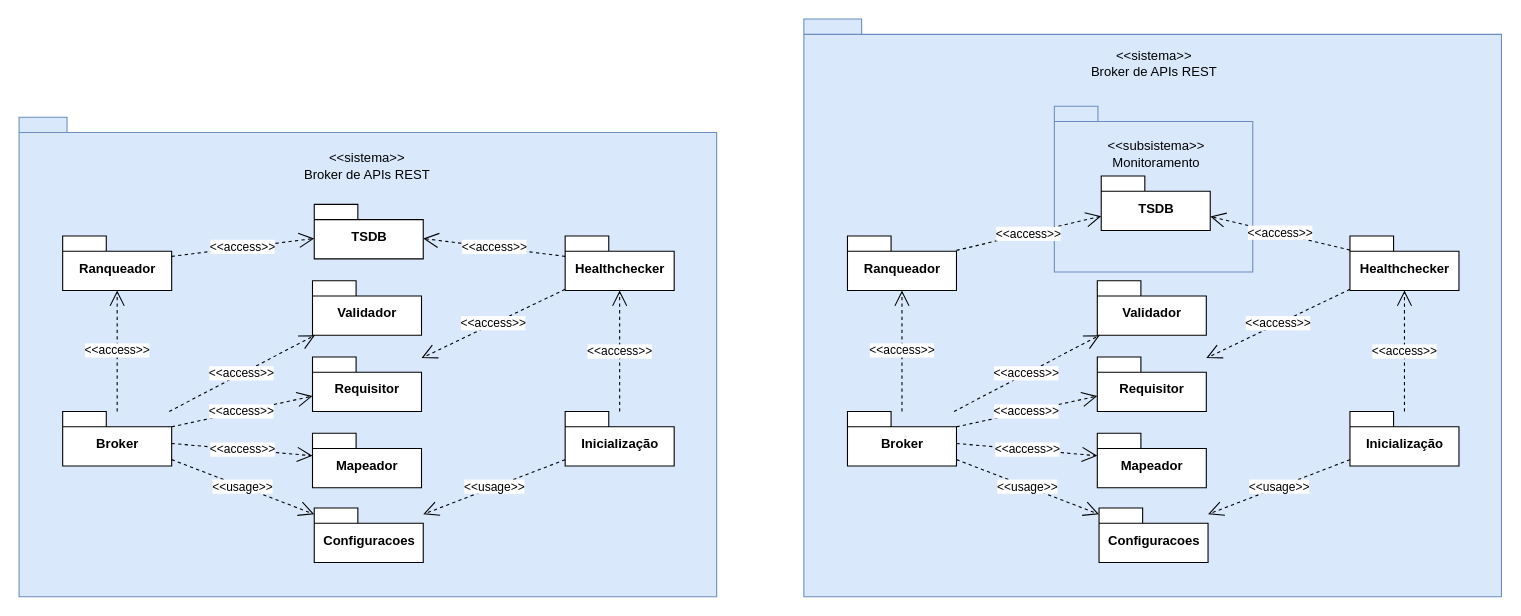
Before: page "Pacotes v4.0" (4 of 5) of Docs/tccii/diagramas/pacotes.drawio in pedrofgd/api-rest-broker, a draw.io diagram. Source tidied: cells renumbered, new cells numbered last; positions are measured from the earlier drawing's top-left corner, leaving out a move shared by most shapes. Both pictures are drawn from the tidied source at 109%, with x=0, y=0 at pixel (19, 19).
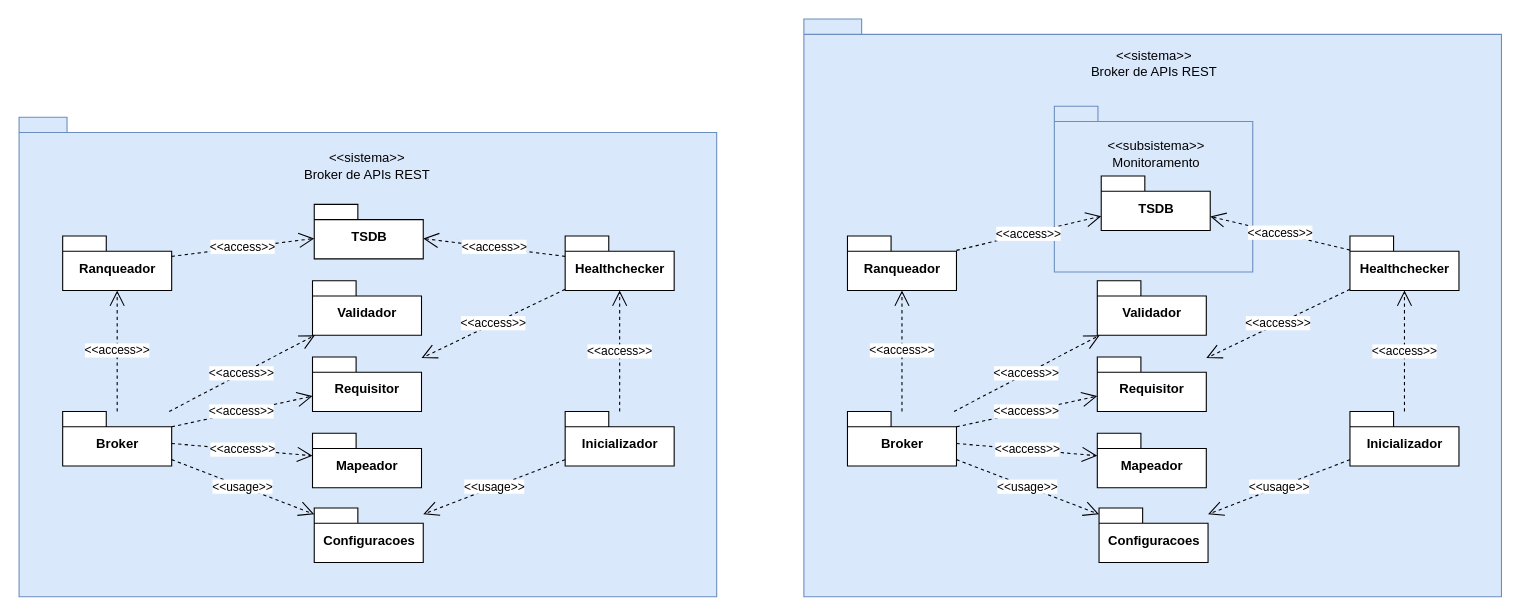
After the change.

Commit message:
ajuste na nomenclatura do diagrama de pacotes

The edit, as a diff of the source:
```diff
@@
-    <mxCell id="12" value="Inicialização" style="shape=folder;fontStyle=1;spacingTop=10;tabWidth=40;tabHeight=14;tabPosition=left;html=1;" parent="1" vertex="1">
+    <mxCell id="12" value="Inicializador" style="shape=folder;fontStyle=1;spacingTop=10;tabWidth=40;tabHeight=14;tabPosition=left;html=1;" parent="1" vertex="1">
       <mxGeometry x="501" y="360" width="100" height="50" as="geometry" />
     </mxCell>
@@
-    <mxCell id="32" value="Inicialização" style="shape=folder;fontStyle=1;spacingTop=10;tabWidth=40;tabHeight=14;tabPosition=left;html=1;" parent="1" vertex="1">
+    <mxCell id="32" value="Inicializador" style="shape=folder;fontStyle=1;spacingTop=10;tabWidth=40;tabHeight=14;tabPosition=left;html=1;" parent="1" vertex="1">
       <mxGeometry x="1221" y="360" width="100" height="50" as="geometry" />
     </mxCell>
```
